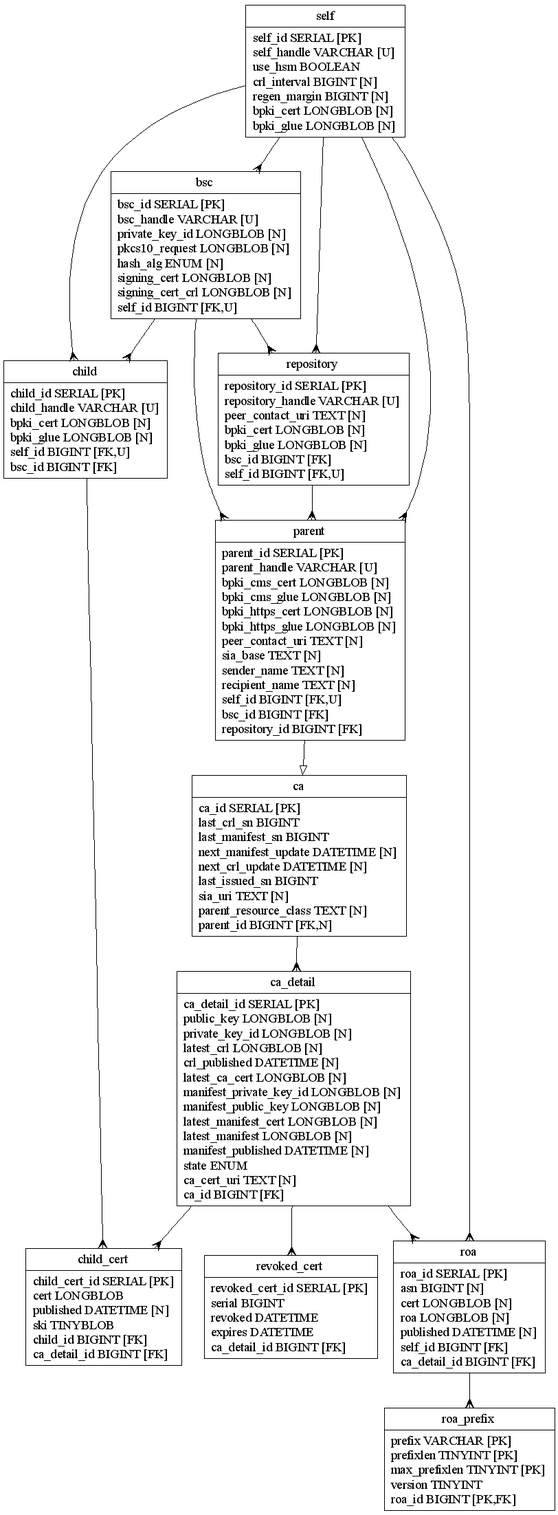
Earlier version of the Graphviz export rpkid/doc/rpkid.png (dragonresearch/rpki.net). Its source is kept beside it as rpkid/doc/rpkid.dot.
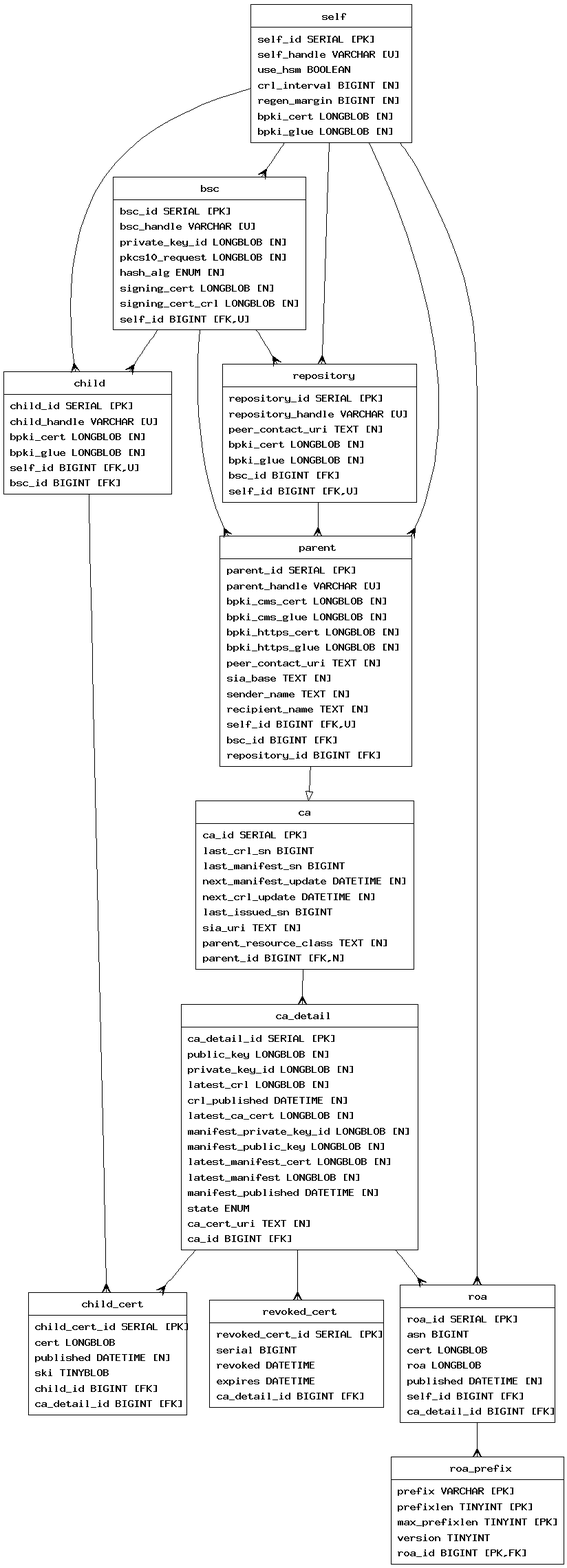
After the commit.

Commit message:
Schema changes a while back

svn path=/rpkid/doc/rpkid.dot; revision=3425

Change to the diagram source:
```diff
@@ -12,7 +12,7 @@
 	node7 [label="{child\n|child_id\ SERIAL\ [PK]\lchild_handle\ VARCHAR\ [U]\lbpki_cert\ LONGBLOB\ [N]\lbpki_glue\ LONGBLOB\ [N]\lself_id\ BIGINT\ [FK,U]\lbsc_id\ BIGINT\ [FK]\l}"];
 	node8 [label="{child_cert\n|child_cert_id\ SERIAL\ [PK]\lcert\ LONGBLOB\lpublished\ DATETIME\ [N]\lski\ TINYBLOB\lchild_id\ BIGINT\ [FK]\lca_detail_id\ BIGINT\ [FK]\l}"];
 	node9 [label="{revoked_cert\n|revoked_cert_id\ SERIAL\ [PK]\lserial\ BIGINT\lrevoked\ DATETIME\lexpires\ DATETIME\lca_detail_id\ BIGINT\ [FK]\l}"];
-	node10 [label="{roa\n|roa_id\ SERIAL\ [PK]\lasn\ BIGINT\ [N]\lcert\ LONGBLOB\ [N]\lroa\ LONGBLOB\ [N]\lpublished\ DATETIME\ [N]\lself_id\ BIGINT\ [FK]\lca_detail_id\ BIGINT\ [FK]\l}"];
+	node10 [label="{roa\n|roa_id\ SERIAL\ [PK]\lasn\ BIGINT\lcert\ LONGBLOB\lroa\ LONGBLOB\lpublished\ DATETIME\ [N]\lself_id\ BIGINT\ [FK]\lca_detail_id\ BIGINT\ [FK]\l}"];
 	node11 [label="{roa_prefix\n|prefix\ VARCHAR\ [PK]\lprefixlen\ TINYINT\ [PK]\lmax_prefixlen\ TINYINT\ [PK]\lversion\ TINYINT\lroa_id\ BIGINT\ [PK,FK]\l}"];
 	node2 -> node7 [arrowtail=none, arrowhead=crow];
 	node2 -> node4 [arrowtail=none, arrowhead=crow];
```
